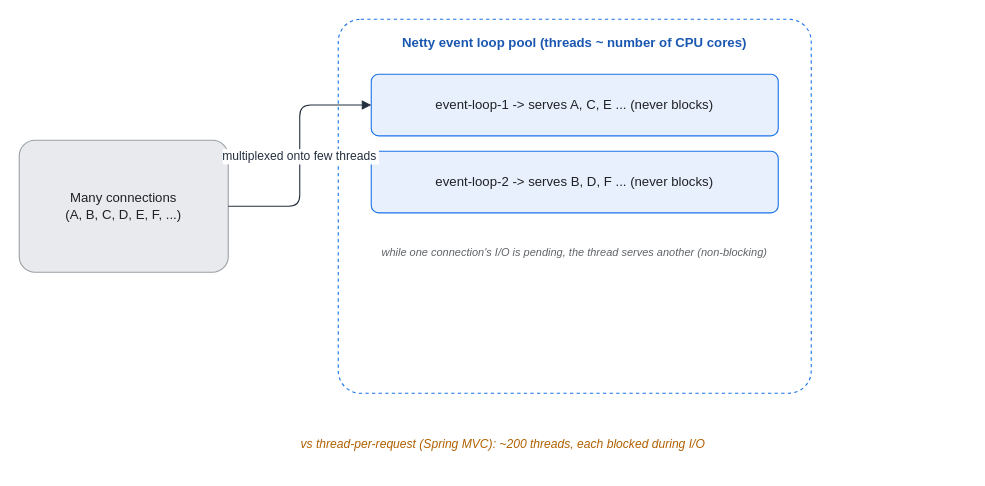
Above: assets/img/spring/spring-11-webflux-event-loop.drawio in KKamJi98/kkamji98.github.io (draw.io), before the change. Source tidied: cells renumbered, new cells numbered last; positions are measured from the earlier drawing's top-left corner, leaving out a move shared by most shapes. Both pictures are drawn from the tidied source at 110%, with x=0, y=0 at pixel (19, 19).
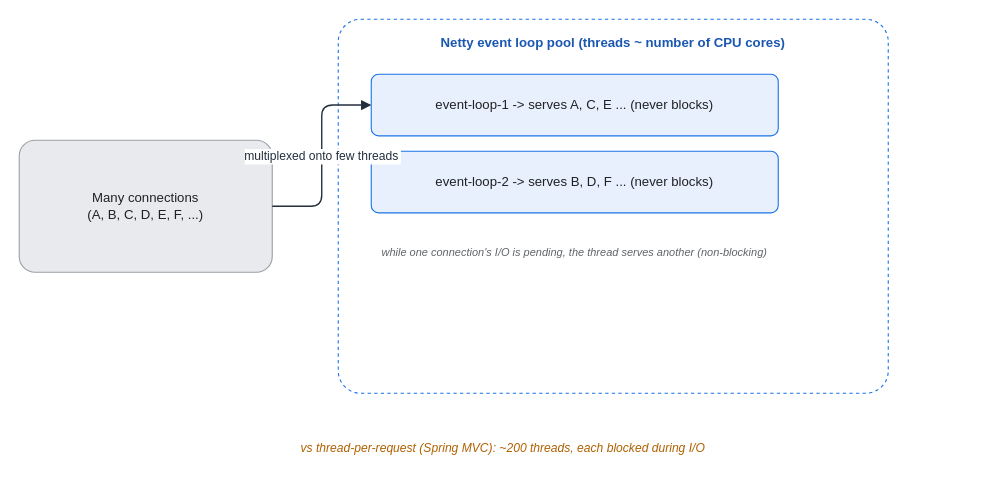
The same page after the edit.

The edit, as a diff of the source:
```diff
@@
 <mxGraphModel background="#FFFFFF">
   <root>
     <mxCell id="0" />
     <mxCell id="1" parent="0" />
-    <mxCell id="2" value="Many connections&#10;(A, B, C, D, E, F, ...)" style="rounded=1;whiteSpace=wrap;html=1;arcSize=12;shadow=0;fillColor=#E8EAED;strokeColor=#9AA0A6;fontColor=#202124;" parent="1" vertex="1">
-      <mxGeometry y="110" width="190" height="120" as="geometry" />
+    <mxCell id="2" value="Many connections&#10;(A, B, C, D, E, F, ...)" style="rounded=1;whiteSpace=wrap;html=0;arcSize=12;shadow=0;fillColor=#E8EAED;strokeColor=#9AA0A6;fontColor=#202124;" parent="1" vertex="1">
+      <mxGeometry y="110" width="230" height="120" as="geometry" />
     </mxCell>
-    <mxCell id="3" value="Netty event loop pool (threads ~ number of CPU cores)" style="rounded=1;whiteSpace=wrap;html=1;arcSize=6;shadow=0;fillColor=#FFFFFF;strokeColor=#1A73E8;fontColor=#1A57B0;fontStyle=1;verticalAlign=top;align=center;dashed=1;spacingTop=8;" parent="1" vertex="1">
-      <mxGeometry x="290" width="430" height="340" as="geometry" />
+    <mxCell id="3" value="Netty event loop pool (threads ~ number of CPU cores)" style="rounded=1;whiteSpace=wrap;html=0;arcSize=6;shadow=0;fillColor=#FFFFFF;strokeColor=#1A73E8;fontColor=#1A57B0;fontStyle=1;verticalAlign=top;align=center;dashed=1;spacingTop=8;" parent="1" vertex="1">
+      <mxGeometry x="290" width="500" height="340" as="geometry" />
     </mxCell>
-    <mxCell id="4" value="event-loop-1  -&gt;  serves A, C, E ...  (never blocks)" style="rounded=1;whiteSpace=wrap;html=1;arcSize=12;shadow=0;fillColor=#E8F0FE;strokeColor=#1A73E8;fontColor=#202124;" parent="1" vertex="1">
+    <mxCell id="4" value="event-loop-1  -&gt;  serves A, C, E ...  (never blocks)" style="rounded=1;whiteSpace=wrap;html=0;arcSize=12;shadow=0;fillColor=#E8F0FE;strokeColor=#1A73E8;fontColor=#202124;" parent="1" vertex="1">
       <mxGeometry x="320" y="50" width="370" height="56" as="geometry" />
     </mxCell>
-    <mxCell id="5" value="event-loop-2  -&gt;  serves B, D, F ...  (never blocks)" style="rounded=1;whiteSpace=wrap;html=1;arcSize=12;shadow=0;fillColor=#E8F0FE;strokeColor=#1A73E8;fontColor=#202124;" parent="1" vertex="1">
+    <mxCell id="5" value="event-loop-2  -&gt;  serves B, D, F ...  (never blocks)" style="rounded=1;whiteSpace=wrap;html=0;arcSize=12;shadow=0;fillColor=#E8F0FE;strokeColor=#1A73E8;fontColor=#202124;" parent="1" vertex="1">
       <mxGeometry x="320" y="120" width="370" height="56" as="geometry" />
     </mxCell>
-    <mxCell id="6" value="while one connection's I/O is pending, the thread serves another (non-blocking)" style="text;html=1;align=center;verticalAlign=middle;whiteSpace=wrap;fontSize=10;fontColor=#5F6368;fontStyle=2;" parent="1" vertex="1">
+    <mxCell id="6" value="while one connection's I/O is pending, the thread serves another (non-blocking)" style="text;html=0;align=center;verticalAlign=middle;whiteSpace=wrap;fontSize=10;fontColor=#5F6368;fontStyle=2;" parent="1" vertex="1">
       <mxGeometry x="320" y="192" width="370" height="40" as="geometry" />
     </mxCell>
-    <mxCell id="7" value="vs thread-per-request (Spring MVC): ~200 threads, each blocked during I/O" style="text;html=1;align=center;verticalAlign=middle;whiteSpace=wrap;fontSize=11;fontColor=#B06000;fontStyle=2;" parent="1" vertex="1">
-      <mxGeometry x="20" y="372" width="840" height="28" as="geometry" />
+    <mxCell id="7" value="vs thread-per-request (Spring MVC): ~200 threads, each blocked during I/O" style="text;html=0;align=center;verticalAlign=middle;whiteSpace=wrap;fontSize=11;fontColor=#B06000;fontStyle=2;" parent="1" vertex="1">
+      <mxGeometry x="20" y="372" width="840" height="35" as="geometry" />
     </mxCell>
-    <mxCell id="8" value="multiplexed onto few threads" style="edgeStyle=orthogonalEdgeStyle;rounded=1;html=0;fontColor=#232F3E;strokeColor=#232F3E;labelBackgroundColor=#FFFFFF;endArrow=block;exitX=1;exitY=0.5;exitDx=0;exitDy=0;entryX=0;entryY=0.5;entryDx=0;entryDy=0;" parent="1" edge="1" source="2" target="4">
+    <mxCell id="8" value="multiplexed onto few threads" style="edgeStyle=orthogonalEdgeStyle;rounded=1;html=0;fontColor=#232F3E;strokeColor=#232F3E;labelBackgroundColor=#FFFFFF;endArrow=block;exitX=1;exitY=0.5;exitDx=0;exitDy=0;entryX=0;entryY=0.5;entryDx=0;entryDy=0;strokeWidth=1.25;" parent="1" edge="1" source="2" target="4">
       <mxGeometry relative="1" as="geometry" />
     </mxCell>
   </root>
 </mxGraphModel>
```
